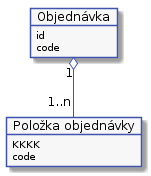
Before: docs/diagrams/out/arch-01.png, a diagram exported from PlantUML (Internet-Handel/postman). Source of this version:
```plantuml
@startuml



skinparam activity {
    BorderColor #4053AF
    ArrowColor #4053AF
    FontName Roboto
    BackgroundColor #F7F7F7
    StartColor #4053AF
    EndColor #4053AF
}

skinparam activityDiamond {
    BorderColor #4053AF
    ArrowColor #4053AF
    FontName Roboto
    BackgroundColor #F7F7F7
}

skinparam actor {
    BorderColor #4053AF
    ArrowColor #4053AF
    FontName Roboto
    BackgroundColor #F7F7F7
}

skinparam useCase {
    BorderColor #4053AF
    ArrowColor #4053AF
    FontName Roboto
    BackgroundColor #F7F7F7
}

skinparam state {
    BorderColor #4053AF
    ArrowColor #4053AF
    FontName Roboto
    BackgroundColor #F7F7F7
}

skinparam sequence {
    ParticipantBorderColor #4053AF
    ParticipantBackgroundColor #F7F7F7
}

skinparam note {
    BorderColor #4053AF
    BackgroundColor #F7F7F7
}

skinparam object {
    BorderColor #4053AF
    BackgroundColor #F7F7F7
}


object "Objednávka" as order
object order {
    id
    code
}


object "Položka objednávky" as orderItem
object orderItem {
    KKKK
    code
}

order "1" o-- "1..n" orderItem
@enduml
```
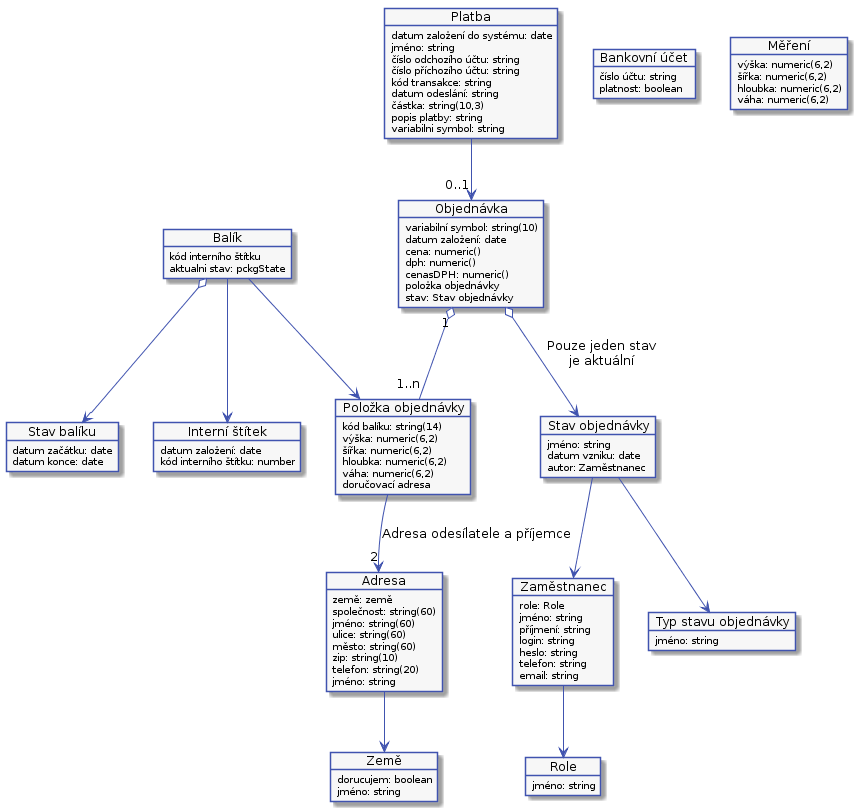
After the commit.

Diff of the diagram source:
```diff
@@ -57,16 +57,126 @@
 
 object "Objednávka" as order
 object order {
-    id
-    code
+    variabilní symbol: string(10)
+    datum založení: date
+    cena: numeric()
+    dph: numeric()
+    cenasDPH: numeric()
+    položka objednávky
+    stav: Stav objednávky
+}
+
+object "Stav objednávky" as orderState
+object orderState {
+    jméno: string
+    datum vzniku: date
+    autor: Zaměstnanec
+}
+
+object "Typ stavu objednávky" as orderStateType
+object orderStateType {
+    jméno: string
+}
+
+object "Položka objednávky" as orderItem
+object orderItem {
+    kód balíku: string(14)
+    výška: numeric(6,2)
+    šířka: numeric(6,2)
+    hloubka: numeric(6,2)
+    váha: numeric(6,2)
+    doručovací adresa
+}
+
+object "Platba" as payment
+object payment {
+    datum založení do systému: date
+    jméno: string
+    číslo odchozího účtu: string
+    číslo příchozího účtu: string
+    kód transakce: string
+    datum odeslání: string
+    částka: string(10,3)
+    popis platby: string
+    variabilni symbol: string
+}
+
+object "Bankovní účet" as bankAccount
+object bankAccount {
+    číslo účtu: string
+    platnost: boolean
+}
+
+object "Země" as country
+object country {
+    dorucujem: boolean
+    jméno: string
+}
+
+object "Adresa" as address
+object address {
+    země: země
+    společnost: string(60)
+    jméno: string(60)
+    ulice: string(60)
+    město: string(60)
+    zip: string(10)
+    telefon: string(20)
+    jméno: string
 }
 
 
-object "Položka objednávky" as orderItem
-object orderItem {
-    KKKK
-    code
+object "Role" as role
+object role {
+    jméno: string
+}
+
+object "Zaměstnanec" as emplyee
+object emplyee {
+    role: Role
+    jméno: string
+    příjmení: string
+    login: string
+    heslo: string
+    telefon: string
+    email: string
+}
+
+object "Interní štítek" as internalLabel
+object internalLabel {
+    datum založení: date
+    kód interního štítku: number
+}
+
+object "Měření" as measures
+object measures {
+    výška: numeric(6,2)
+    šířka: numeric(6,2)
+    hloubka: numeric(6,2)
+    váha: numeric(6,2)
+}
+
+object "Balík" as pckg
+object pckg {
+    kód interního štítku
+    aktualni stav: pckgState
+}
+
+object "Stav balíku" as pckgState
+object pckgState {
+    datum začátku: date
+    datum konce: date
 }
 
 order "1" o-- "1..n" orderItem
+orderItem --> "2" address : Adresa odesílatele a příjemce
+order o--> orderState : Pouze jeden stav\nje aktuální
+orderState --> orderStateType
+orderState --> emplyee
+address --> country
+pckg --> orderItem
+pckg o--> pckgState
+pckg --> internalLabel
+emplyee --> role
+payment --> "0..1" order
 @enduml
```
